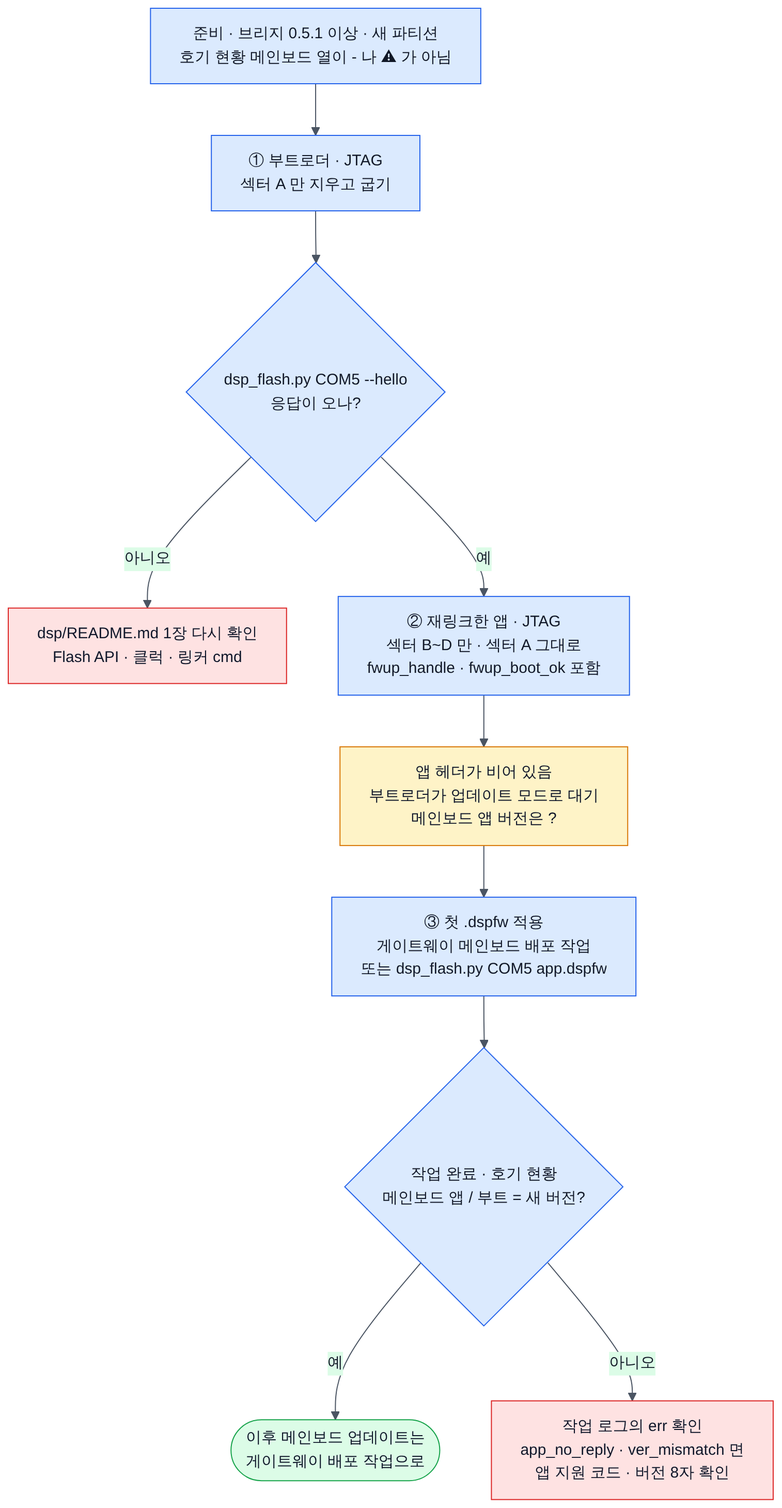
Leepy0/AGV_Wifi_Bridge keeps this Mermaid diagram as docs/images/mainboard-first-install.png. Above is the earlier version. Its source is kept beside it as docs/diagrams/mainboard-first-install.mmd.
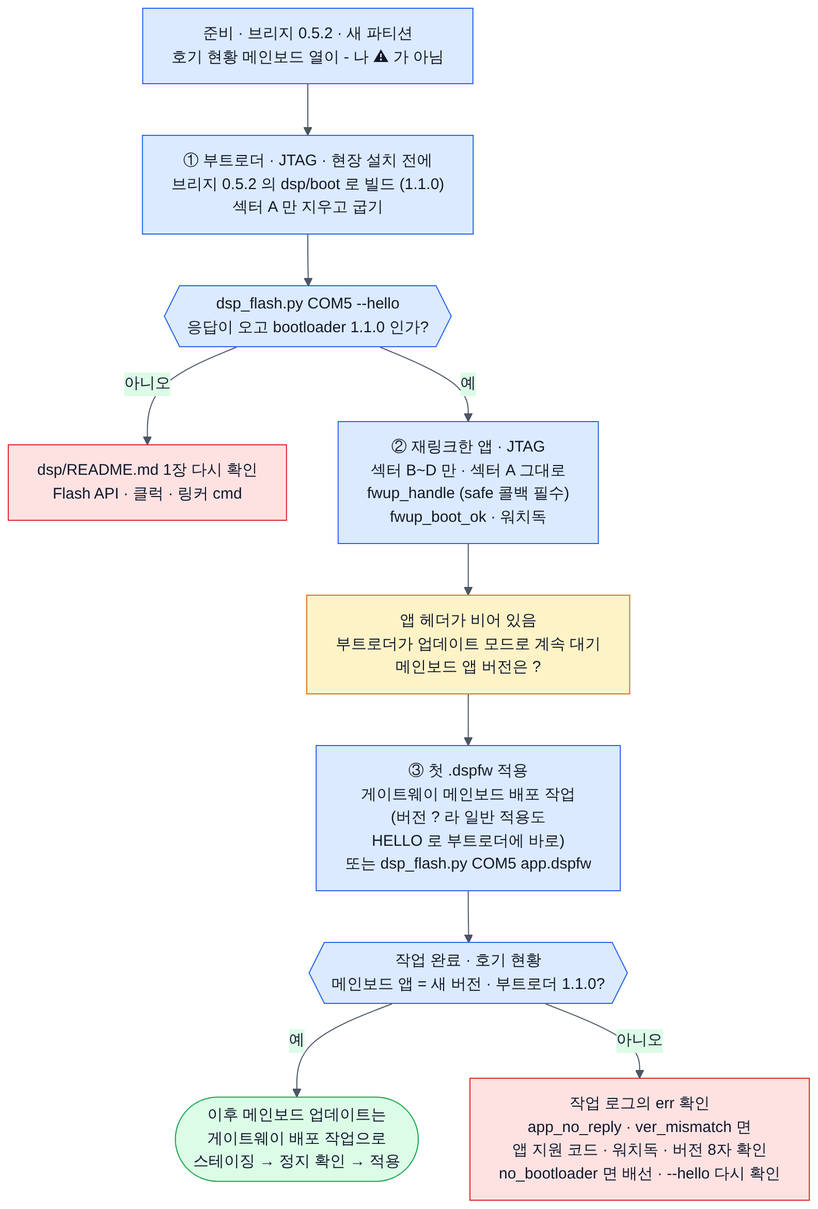
Above is the later version.

Change to the diagram source:
```diff
@@ -1,13 +1,13 @@
 flowchart TD
-  P0["준비 · 브리지 0.5.1 이상 · 새 파티션<br/>호기 현황 메인보드 열이 - 나 ⚠ 가 아님"] --> P1
-  P1["① 부트로더 · JTAG<br/>섹터 A 만 지우고 굽기"] --> C1{"dsp_flash.py COM5 --hello<br/>응답이 오나?"}
+  P0["준비 · 브리지 0.5.2 · 새 파티션<br/>호기 현황 메인보드 열이 - 나 ⚠ 가 아님"] --> P1
+  P1["① 부트로더 · JTAG · 현장 설치 전에<br/>브리지 0.5.2 의 dsp/boot 로 빌드 (1.1.0)<br/>섹터 A 만 지우고 굽기"] --> C1{{"dsp_flash.py COM5 --hello<br/>응답이 오고 bootloader 1.1.0 인가?"}}
   C1 -- 아니오 --> X1["dsp/README.md 1장 다시 확인<br/>Flash API · 클럭 · 링커 cmd"]
-  C1 -- 예 --> P2["② 재링크한 앱 · JTAG<br/>섹터 B~D 만 · 섹터 A 그대로<br/>fwup_handle · fwup_boot_ok 포함"]
-  P2 --> S2["앱 헤더가 비어 있음<br/>부트로더가 업데이트 모드로 대기<br/>메인보드 앱 버전은 ?"]
-  S2 --> P3["③ 첫 .dspfw 적용<br/>게이트웨이 메인보드 배포 작업<br/>또는 dsp_flash.py COM5 app.dspfw"]
-  P3 --> C3{"작업 완료 · 호기 현황<br/>메인보드 앱 / 부트 = 새 버전?"}
-  C3 -- 예 --> OK(["이후 메인보드 업데이트는<br/>게이트웨이 배포 작업으로"])
-  C3 -- 아니오 --> X3["작업 로그의 err 확인<br/>app_no_reply · ver_mismatch 면<br/>앱 지원 코드 · 버전 8자 확인"]
+  C1 -- 예 --> P2["② 재링크한 앱 · JTAG<br/>섹터 B~D 만 · 섹터 A 그대로<br/>fwup_handle (safe 콜백 필수)<br/>fwup_boot_ok · 워치독"]
+  P2 --> S2["앱 헤더가 비어 있음<br/>부트로더가 업데이트 모드로 계속 대기<br/>메인보드 앱 버전은 ?"]
+  S2 --> P3["③ 첫 .dspfw 적용<br/>게이트웨이 메인보드 배포 작업<br/>(버전 ? 라 일반 적용도<br/>HELLO 로 부트로더에 바로)<br/>또는 dsp_flash.py COM5 app.dspfw"]
+  P3 --> C3{{"작업 완료 · 호기 현황<br/>메인보드 앱 = 새 버전 · 부트로더 1.1.0?"}}
+  C3 -- 예 --> OK(["이후 메인보드 업데이트는<br/>게이트웨이 배포 작업으로<br/>스테이징 → 정지 확인 → 적용"])
+  C3 -- 아니오 --> X3["작업 로그의 err 확인<br/>app_no_reply · ver_mismatch 면<br/>앱 지원 코드 · 워치독 · 버전 8자 확인<br/>no_bootloader 면 배선 · --hello 다시 확인"]
   classDef ok fill:#dcfce7,stroke:#16a34a,color:#0f172a
   classDef bad fill:#fee2e2,stroke:#dc2626,color:#0f172a
   classDef wait fill:#fef3c7,stroke:#d97706,color:#0f172a
```
